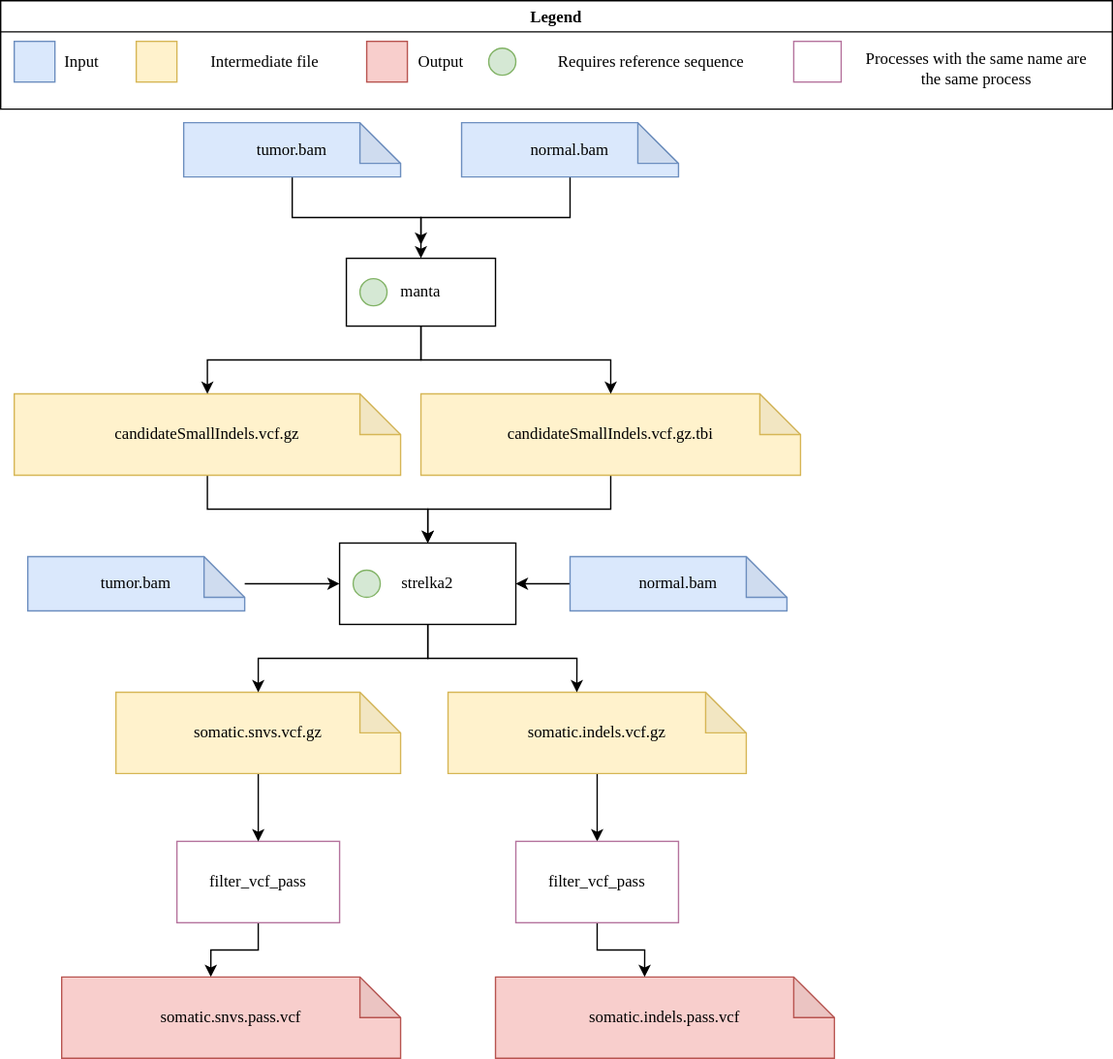
Above: docs/strelka2.svg in uclahs-cds/pipeline-call-sSNV (draw.io), before the change. Source tidied: cells renumbered, new cells last; positions are measured from the earlier drawing's top-left corner, leaving out a move shared by most shapes. Its diagram source:
```xml
<mxGraphModel>
  <root>
    <mxCell id="0" />
    <mxCell id="1" parent="0" />
    <mxCell id="2" style="edgeStyle=orthogonalEdgeStyle;rounded=0;jettySize=auto;html=1;entryX=0;entryY=0;entryDx=110;entryDy=0;entryPerimeter=0;fontFamily=Monaco;" parent="1" edge="1" source="3" target="23">
      <mxGeometry relative="1" as="geometry" />
    </mxCell>
    <mxCell id="3" value="&lt;font face=&quot;Monaco&quot;&gt;filter_vcf_pass&lt;/font&gt;" style="rounded=0;whiteSpace=wrap;html=1;strokeColor=#B5739D;" parent="1" vertex="1">
      <mxGeometry x="130" y="620" width="120" height="60" as="geometry" />
    </mxCell>
    <mxCell id="4" style="edgeStyle=orthogonalEdgeStyle;rounded=0;jettySize=auto;html=1;fontFamily=Monaco;" parent="1" edge="1" source="5" target="34">
      <mxGeometry relative="1" as="geometry" />
    </mxCell>
    <mxCell id="5" value="&lt;font face=&quot;Monaco&quot;&gt;candidateSmallIndels.vcf.gz&lt;/font&gt;" style="shape=note;whiteSpace=wrap;html=1;backgroundOutline=1;darkOpacity=0.05;fillColor=#fff2cc;strokeColor=#d6b656;" parent="1" vertex="1">
      <mxGeometry x="10" y="290" width="285" height="60" as="geometry" />
    </mxCell>
    <mxCell id="6" style="edgeStyle=orthogonalEdgeStyle;rounded=0;jettySize=auto;html=1;fontFamily=Monaco;" parent="1" edge="1" source="7" target="34">
      <mxGeometry relative="1" as="geometry" />
    </mxCell>
    <mxCell id="7" value="&lt;font face=&quot;Monaco&quot;&gt;candidateSmallIndels.vcf.gz.tbi&lt;/font&gt;" style="shape=note;whiteSpace=wrap;html=1;backgroundOutline=1;darkOpacity=0.05;fillColor=#fff2cc;strokeColor=#d6b656;" parent="1" vertex="1">
      <mxGeometry x="310" y="290" width="280" height="60" as="geometry" />
    </mxCell>
    <mxCell id="8" style="edgeStyle=orthogonalEdgeStyle;rounded=0;jettySize=auto;html=1;entryX=0.5;entryY=0;entryDx=0;entryDy=0;fontFamily=Monaco;" parent="1" edge="1" source="9" target="3">
      <mxGeometry relative="1" as="geometry" />
    </mxCell>
    <mxCell id="9" value="&lt;font face=&quot;Monaco&quot;&gt;somatic.snvs.vcf.gz&lt;/font&gt;" style="shape=note;whiteSpace=wrap;html=1;backgroundOutline=1;darkOpacity=0.05;fillColor=#fff2cc;strokeColor=#d6b656;" parent="1" vertex="1">
      <mxGeometry x="85" y="510" width="210" height="60" as="geometry" />
    </mxCell>
    <mxCell id="10" style="edgeStyle=orthogonalEdgeStyle;rounded=0;jettySize=auto;html=1;entryX=0.5;entryY=0;entryDx=0;entryDy=0;fontFamily=Monaco;" parent="1" edge="1" source="11" target="44">
      <mxGeometry relative="1" as="geometry" />
    </mxCell>
    <mxCell id="11" value="&lt;font face=&quot;Monaco&quot;&gt;somatic.indels.vcf.gz&lt;/font&gt;" style="shape=note;whiteSpace=wrap;html=1;backgroundOutline=1;darkOpacity=0.05;fillColor=#fff2cc;strokeColor=#d6b656;" parent="1" vertex="1">
      <mxGeometry x="330" y="510" width="220" height="60" as="geometry" />
    </mxCell>
    <mxCell id="12" value="Legend" style="swimlane;fontFamily=Monaco;" parent="1" vertex="1">
      <mxGeometry width="820" height="80" as="geometry" />
    </mxCell>
    <mxCell id="13" style="rounded=0;whiteSpace=wrap;html=1;fontFamily=Monaco;fillColor=#dae8fc;strokeColor=#6c8ebf;" parent="12" vertex="1">
      <mxGeometry x="10" y="30" width="30" height="30" as="geometry" />
    </mxCell>
    <mxCell id="14" value="Input" style="text;html=1;strokeColor=none;fillColor=none;align=center;verticalAlign=middle;whiteSpace=wrap;rounded=0;fontFamily=Monaco;" parent="12" vertex="1">
      <mxGeometry x="40" y="35" width="40" height="20" as="geometry" />
    </mxCell>
    <mxCell id="15" style="rounded=0;whiteSpace=wrap;html=1;fontFamily=Monaco;fillColor=#fff2cc;strokeColor=#d6b656;" parent="12" vertex="1">
      <mxGeometry x="100" y="30" width="30" height="30" as="geometry" />
    </mxCell>
    <mxCell id="16" value="Intermediate file" style="text;html=1;strokeColor=none;fillColor=none;align=center;verticalAlign=middle;whiteSpace=wrap;rounded=0;fontFamily=Monaco;" parent="12" vertex="1">
      <mxGeometry x="130" y="35" width="130" height="20" as="geometry" />
    </mxCell>
    <mxCell id="17" style="rounded=0;whiteSpace=wrap;html=1;fontFamily=Monaco;fillColor=#f8cecc;strokeColor=#b85450;" parent="12" vertex="1">
      <mxGeometry x="270" y="30" width="30" height="30" as="geometry" />
    </mxCell>
    <mxCell id="18" value="Output" style="text;html=1;strokeColor=none;fillColor=none;align=center;verticalAlign=middle;whiteSpace=wrap;rounded=0;fontFamily=Monaco;" parent="12" vertex="1">
      <mxGeometry x="300" y="35" width="50" height="20" as="geometry" />
    </mxCell>
    <mxCell id="19" style="ellipse;whiteSpace=wrap;html=1;fontFamily=Monaco;fillColor=#d5e8d4;strokeColor=#82b366;" parent="12" vertex="1">
      <mxGeometry x="360" y="35" width="20" height="20" as="geometry" />
    </mxCell>
    <mxCell id="20" value="Requires reference sequence" style="text;html=1;strokeColor=none;fillColor=none;align=center;verticalAlign=middle;whiteSpace=wrap;rounded=0;fontFamily=Monaco;" parent="12" vertex="1">
      <mxGeometry x="380" y="35" width="200" height="20" as="geometry" />
    </mxCell>
    <mxCell id="21" style="rounded=0;whiteSpace=wrap;html=1;fontFamily=Monaco;strokeColor=#B5739D;" parent="12" vertex="1">
      <mxGeometry x="585" y="30" width="35" height="30" as="geometry" />
    </mxCell>
    <mxCell id="22" value="Processes with the same name are the same process" style="text;html=1;strokeColor=none;fillColor=none;align=center;verticalAlign=middle;whiteSpace=wrap;rounded=0;fontFamily=Monaco;" parent="12" vertex="1">
      <mxGeometry x="630" y="40" width="180" height="20" as="geometry" />
    </mxCell>
    <mxCell id="23" value="&lt;font face=&quot;Monaco&quot;&gt;somatic.snvs.pass.vcf&lt;/font&gt;" style="shape=note;whiteSpace=wrap;html=1;backgroundOutline=1;darkOpacity=0.05;fillColor=#f8cecc;strokeColor=#b85450;" parent="1" vertex="1">
      <mxGeometry x="45" y="720" width="250" height="60" as="geometry" />
    </mxCell>
    <mxCell id="24" value="&lt;font face=&quot;Monaco&quot;&gt;somatic.indels.pass.vcf&lt;/font&gt;" style="shape=note;whiteSpace=wrap;html=1;backgroundOutline=1;darkOpacity=0.05;fillColor=#f8cecc;strokeColor=#b85450;" parent="1" vertex="1">
      <mxGeometry x="365" y="720" width="250" height="60" as="geometry" />
    </mxCell>
    <mxCell id="25" style="edgeStyle=orthogonalEdgeStyle;rounded=0;jettySize=auto;html=1;fontFamily=Monaco;" parent="1" edge="1" source="26">
      <mxGeometry relative="1" as="geometry">
        <mxPoint x="310" y="180" as="targetPoint" />
        <Array as="points">
          <mxPoint x="420" y="160" />
          <mxPoint x="310" y="160" />
        </Array>
      </mxGeometry>
    </mxCell>
    <mxCell id="26" value="&lt;font face=&quot;Monaco&quot;&gt;normal.bam&lt;/font&gt;" style="shape=note;whiteSpace=wrap;html=1;backgroundOutline=1;darkOpacity=0.05;fillColor=#dae8fc;strokeColor=#6c8ebf;" parent="1" vertex="1">
      <mxGeometry x="340" y="90" width="160" height="40" as="geometry" />
    </mxCell>
    <mxCell id="27" style="group;" parent="1" vertex="1">
      <mxGeometry x="255" y="190" width="110" height="50" as="geometry" />
    </mxCell>
    <mxCell id="28" value="&lt;font face=&quot;Monaco&quot;&gt;manta&lt;/font&gt;" style="rounded=0;whiteSpace=wrap;html=1;" parent="27" vertex="1">
      <mxGeometry width="110" height="50" as="geometry" />
    </mxCell>
    <mxCell id="29" style="ellipse;whiteSpace=wrap;html=1;fontFamily=Monaco;fillColor=#d5e8d4;strokeColor=#82b366;" parent="27" vertex="1">
      <mxGeometry x="10" y="15" width="20" height="20" as="geometry" />
    </mxCell>
    <mxCell id="30" style="edgeStyle=orthogonalEdgeStyle;rounded=0;jettySize=auto;html=1;fontFamily=Monaco;" parent="1" edge="1" source="31" target="28">
      <mxGeometry relative="1" as="geometry" />
    </mxCell>
    <mxCell id="31" value="&lt;font face=&quot;Monaco&quot;&gt;tumor.bam&lt;/font&gt;" style="shape=note;whiteSpace=wrap;html=1;backgroundOutline=1;darkOpacity=0.05;fillColor=#dae8fc;strokeColor=#6c8ebf;" parent="1" vertex="1">
      <mxGeometry x="135" y="90" width="160" height="40" as="geometry" />
    </mxCell>
    <mxCell id="32" style="edgeStyle=orthogonalEdgeStyle;rounded=0;jettySize=auto;html=1;fontFamily=Monaco;" parent="1" edge="1" source="28" target="5">
      <mxGeometry relative="1" as="geometry" />
    </mxCell>
    <mxCell id="33" style="group;" parent="1" vertex="1">
      <mxGeometry x="250" y="400" width="130" height="60" as="geometry" />
    </mxCell>
    <mxCell id="34" value="strelka2" style="rounded=0;whiteSpace=wrap;html=1;fontFamily=Monaco;" parent="33" vertex="1">
      <mxGeometry width="130" height="60" as="geometry" />
    </mxCell>
    <mxCell id="35" style="ellipse;whiteSpace=wrap;html=1;fontFamily=Monaco;fillColor=#d5e8d4;strokeColor=#82b366;" parent="33" vertex="1">
      <mxGeometry x="10" y="20" width="20" height="20" as="geometry" />
    </mxCell>
    <mxCell id="36" style="edgeStyle=orthogonalEdgeStyle;rounded=0;jettySize=auto;html=1;fontFamily=Monaco;" parent="1" edge="1" source="28" target="7">
      <mxGeometry relative="1" as="geometry" />
    </mxCell>
    <mxCell id="37" style="edgeStyle=orthogonalEdgeStyle;rounded=0;jettySize=auto;html=1;entryX=0;entryY=0.5;entryDx=0;entryDy=0;fontFamily=Monaco;" parent="1" edge="1" source="38" target="34">
      <mxGeometry relative="1" as="geometry" />
    </mxCell>
    <mxCell id="38" value="&lt;font face=&quot;Monaco&quot;&gt;tumor.bam&lt;/font&gt;" style="shape=note;whiteSpace=wrap;html=1;backgroundOutline=1;darkOpacity=0.05;fillColor=#dae8fc;strokeColor=#6c8ebf;" parent="1" vertex="1">
      <mxGeometry x="20" y="410" width="160" height="40" as="geometry" />
    </mxCell>
    <mxCell id="39" style="edgeStyle=orthogonalEdgeStyle;rounded=0;jettySize=auto;html=1;entryX=1;entryY=0.5;entryDx=0;entryDy=0;fontFamily=Monaco;" parent="1" edge="1" source="40" target="34">
      <mxGeometry relative="1" as="geometry" />
    </mxCell>
    <mxCell id="40" value="&lt;font face=&quot;Monaco&quot;&gt;normal.bam&lt;/font&gt;" style="shape=note;whiteSpace=wrap;html=1;backgroundOutline=1;darkOpacity=0.05;fillColor=#dae8fc;strokeColor=#6c8ebf;" parent="1" vertex="1">
      <mxGeometry x="420" y="410" width="160" height="40" as="geometry" />
    </mxCell>
    <mxCell id="41" style="edgeStyle=orthogonalEdgeStyle;rounded=0;jettySize=auto;html=1;fontFamily=Monaco;" parent="1" edge="1" source="34" target="9">
      <mxGeometry relative="1" as="geometry" />
    </mxCell>
    <mxCell id="42" style="edgeStyle=orthogonalEdgeStyle;rounded=0;jettySize=auto;html=1;entryX=0;entryY=0;entryDx=95;entryDy=0;entryPerimeter=0;fontFamily=Monaco;" parent="1" edge="1" source="34" target="11">
      <mxGeometry relative="1" as="geometry" />
    </mxCell>
    <mxCell id="43" style="edgeStyle=orthogonalEdgeStyle;rounded=0;jettySize=auto;html=1;entryX=0;entryY=0;entryDx=110;entryDy=0;entryPerimeter=0;fontFamily=Monaco;" parent="1" edge="1" source="44" target="24">
      <mxGeometry relative="1" as="geometry" />
    </mxCell>
    <mxCell id="44" value="&lt;font face=&quot;Monaco&quot;&gt;filter_vcf_pass&lt;/font&gt;" style="rounded=0;whiteSpace=wrap;html=1;strokeColor=#B5739D;" parent="1" vertex="1">
      <mxGeometry x="380" y="620" width="120" height="60" as="geometry" />
    </mxCell>
  </root>
</mxGraphModel>
```
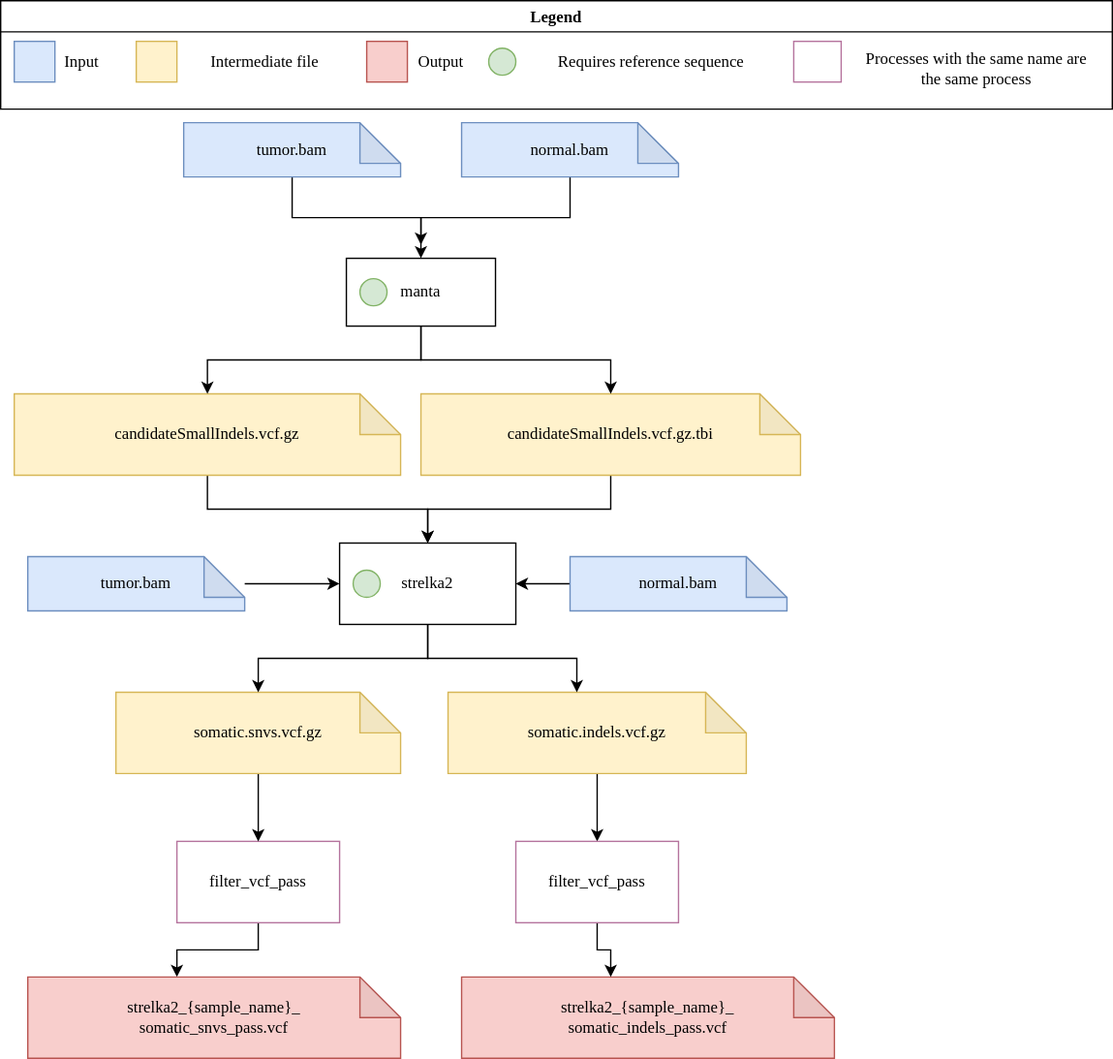
After the change.

Diff of the diagram source:
```diff
@@ -65,11 +65,11 @@
     <mxCell id="22" value="Processes with the same name are the same process" style="text;html=1;strokeColor=none;fillColor=none;align=center;verticalAlign=middle;whiteSpace=wrap;rounded=0;fontFamily=Monaco;" parent="12" vertex="1">
       <mxGeometry x="630" y="40" width="180" height="20" as="geometry" />
     </mxCell>
-    <mxCell id="23" value="&lt;font face=&quot;Monaco&quot;&gt;somatic.snvs.pass.vcf&lt;/font&gt;" style="shape=note;whiteSpace=wrap;html=1;backgroundOutline=1;darkOpacity=0.05;fillColor=#f8cecc;strokeColor=#b85450;" parent="1" vertex="1">
-      <mxGeometry x="45" y="720" width="250" height="60" as="geometry" />
+    <mxCell id="23" value="&lt;font face=&quot;Monaco&quot;&gt;strelka2_{sample_name}_&lt;br&gt;somatic_snvs_pass.vcf&lt;br&gt;&lt;/font&gt;" style="shape=note;whiteSpace=wrap;html=1;backgroundOutline=1;darkOpacity=0.05;fillColor=#f8cecc;strokeColor=#b85450;" parent="1" vertex="1">
+      <mxGeometry x="20" y="720" width="275" height="60" as="geometry" />
     </mxCell>
-    <mxCell id="24" value="&lt;font face=&quot;Monaco&quot;&gt;somatic.indels.pass.vcf&lt;/font&gt;" style="shape=note;whiteSpace=wrap;html=1;backgroundOutline=1;darkOpacity=0.05;fillColor=#f8cecc;strokeColor=#b85450;" parent="1" vertex="1">
-      <mxGeometry x="365" y="720" width="250" height="60" as="geometry" />
+    <mxCell id="24" value="&lt;font face=&quot;Monaco&quot;&gt;strelka2_{sample_name}_&lt;br&gt;somatic_indels_pass.vcf&lt;/font&gt;" style="shape=note;whiteSpace=wrap;html=1;backgroundOutline=1;darkOpacity=0.05;fillColor=#f8cecc;strokeColor=#b85450;" parent="1" vertex="1">
+      <mxGeometry x="340" y="720" width="275" height="60" as="geometry" />
     </mxCell>
     <mxCell id="25" style="edgeStyle=orthogonalEdgeStyle;rounded=0;jettySize=auto;html=1;fontFamily=Monaco;" parent="1" edge="1" source="26">
       <mxGeometry relative="1" as="geometry">
```
